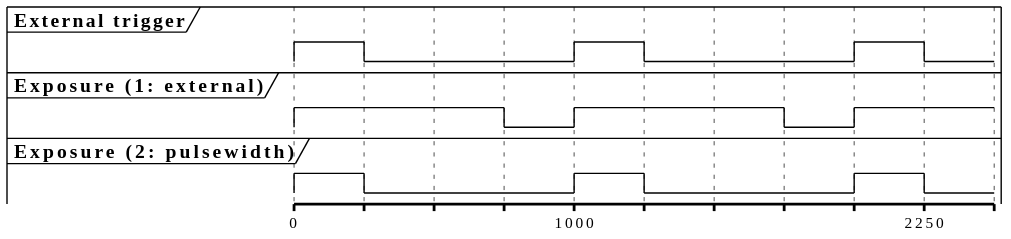
This is doc/plantuml/tm_external.svg from VC-MIPI-modules/vc_mipi_nvidia, a PlantUML export, as it was before one commit.
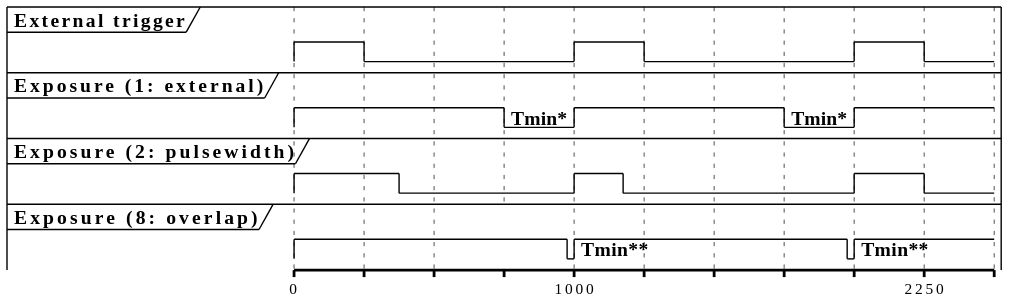
The same file after the commit.

The edit, as a diff of the source:
```diff
@@ -3,6 +3,7 @@
 clock "External trigger"         as TRIG with period 1000 pulse 250
 clock "Exposure (1: external)"   as EXT  with period 1000 pulse 750
 clock "Exposure (2: pulsewidth)" as PULS with period 1000 pulse 250
+clock "Exposure (8: overlap)"    as OVL  with period 1000 pulse 750
 
 @0
 @2250
```
